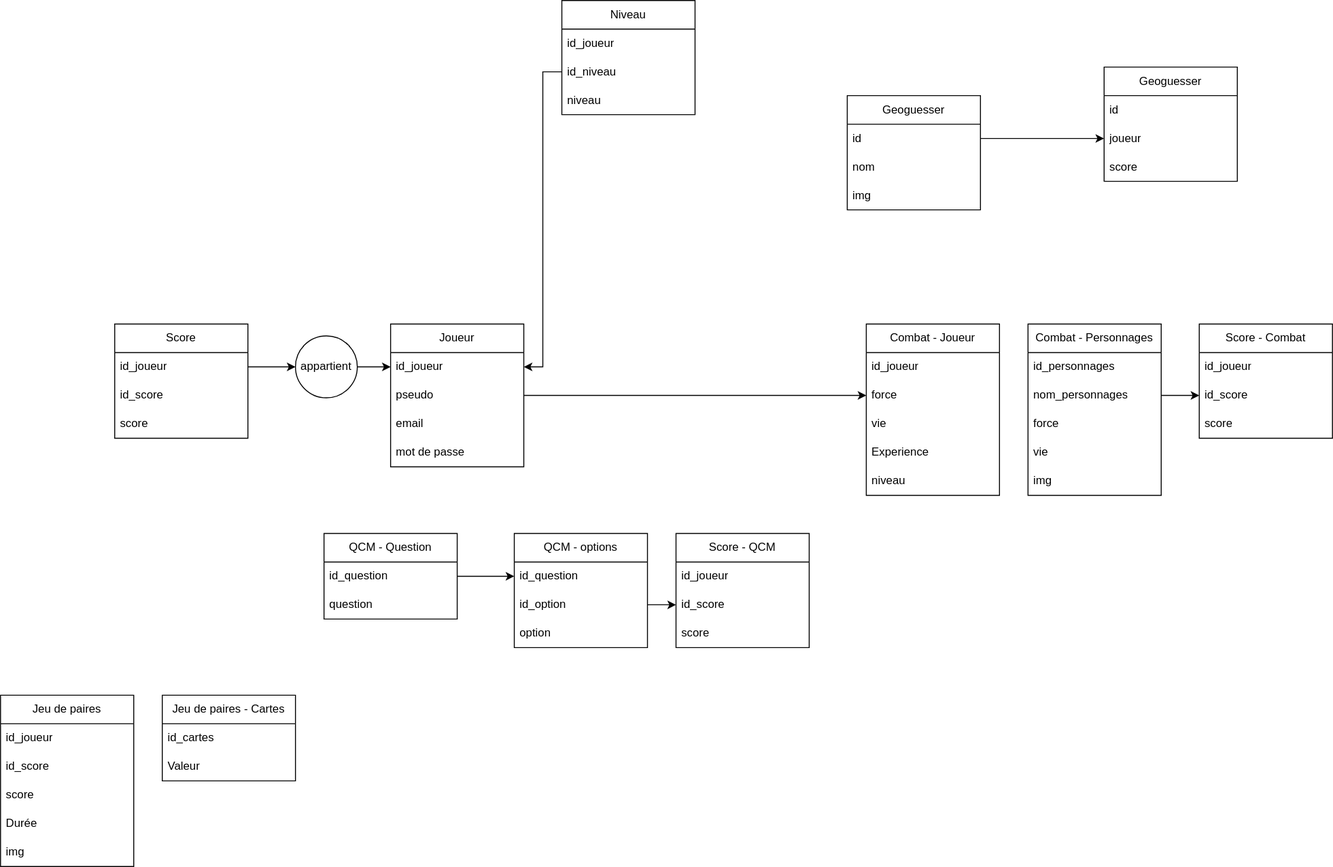
Above: BDD.svg in Oreki2004/Projet-Final-6TTSI (draw.io), before the change. Source tidied: cells renumbered, new cells last; positions are measured from the earlier drawing's top-left corner, leaving out a move shared by most shapes.
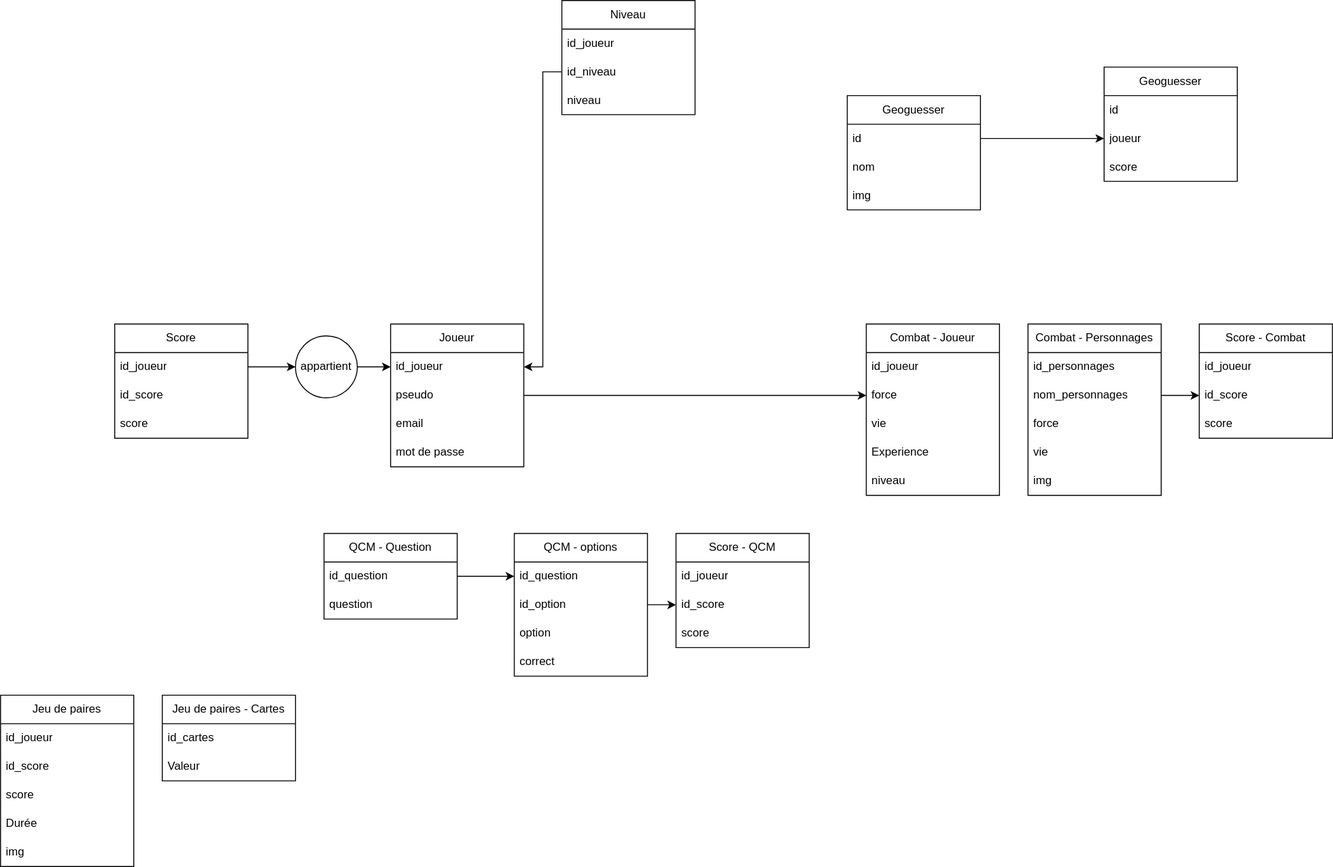
Above is the later version.

Commit message:
Mettre à jour BDD.svg

What changed in the source:
```diff
@@ -81,7 +81,7 @@
       <mxGeometry y="60" width="140" height="30" as="geometry" />
     </mxCell>
     <mxCell id="28" value="QCM - options" style="swimlane;fontStyle=0;horizontal=1;startSize=30;whiteSpace=wrap;html=1;" parent="1" vertex="1">
-      <mxGeometry x="540" y="560" width="140" height="120" as="geometry" />
+      <mxGeometry x="540" y="560" width="140" height="150" as="geometry" />
     </mxCell>
     <mxCell id="29" value="&lt;span style=&quot;font-weight: normal;&quot;&gt;id_question&lt;/span&gt;" style="text;strokeColor=none;fillColor=none;align=left;verticalAlign=middle;spacingLeft=4;spacingRight=4;overflow=hidden;points=[[0,0.5],[1,0.5]];portConstraint=eastwest;whiteSpace=wrap;html=1;fontStyle=1;" parent="28" vertex="1">
       <mxGeometry y="30" width="140" height="30" as="geometry" />
@@ -92,6 +92,9 @@
     <mxCell id="31" value="option" style="text;strokeColor=none;fillColor=none;align=left;verticalAlign=middle;spacingLeft=4;spacingRight=4;overflow=hidden;whiteSpace=wrap;html=1;" parent="28" vertex="1">
       <mxGeometry y="90" width="140" height="30" as="geometry" />
     </mxCell>
+    <mxCell id="68" value="correct" style="text;strokeColor=none;fillColor=none;align=left;verticalAlign=middle;spacingLeft=4;spacingRight=4;overflow=hidden;whiteSpace=wrap;html=1;" parent="28" vertex="1">
+      <mxGeometry y="120" width="140" height="30" as="geometry" />
+    </mxCell>
     <mxCell id="32" style="edgeStyle=orthogonalEdgeStyle;rounded=0;jettySize=auto;html=1;entryX=0;entryY=0.5;entryDx=0;entryDy=0;" parent="1" edge="1" source="26" target="29">
       <mxGeometry relative="1" as="geometry" />
     </mxCell>
```
